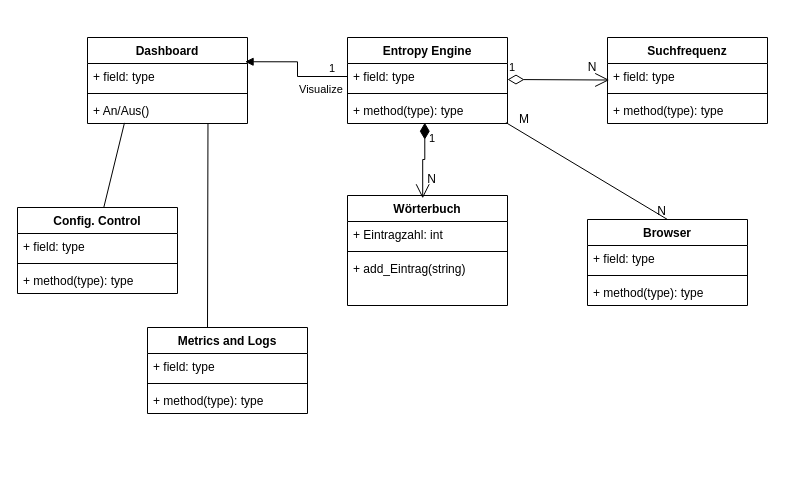
Earlier version of the draw.io diagram 05_UML/Klassendiagramm.drawio (limemime/BHT_Softwaretechnik_SS26_JEstrada). Source tidied: cells renumbered, new cells numbered last; positions are measured from the earlier drawing's top-left corner, leaving out a move shared by most shapes. Both pictures are drawn from the tidied source at 100%, with x=0, y=0 at pixel (17, 37).
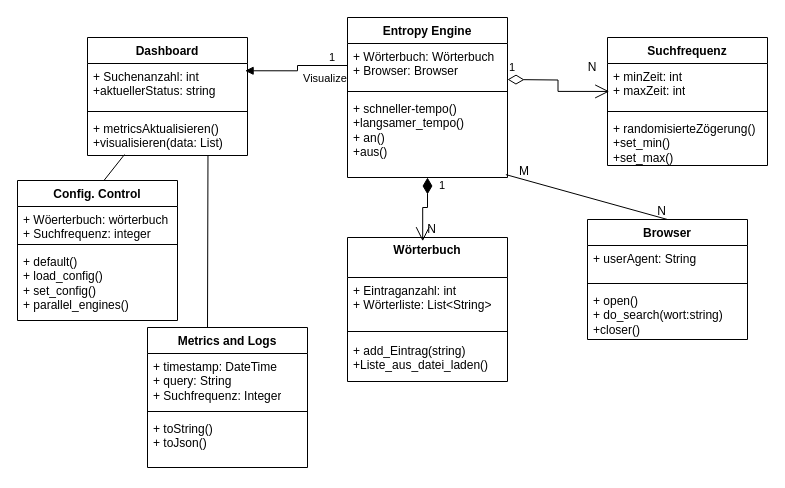
The same page after the edit.

Change to the diagram source:
```diff
@@
     <mxCell id="2" value="Dashboard" style="swimlane;fontStyle=1;align=center;verticalAlign=top;horizontal=1;startSize=26;whiteSpace=wrap;html=1;" parent="1" vertex="1">
-      <mxGeometry x="70" width="160" height="86" as="geometry" />
+      <mxGeometry x="70" width="160" height="118" as="geometry" />
     </mxCell>
-    <mxCell id="3" value="+ field: type" style="text;strokeColor=none;fillColor=none;align=left;verticalAlign=top;spacingLeft=4;spacingRight=4;overflow=hidden;whiteSpace=wrap;html=1;" parent="2" vertex="1">
-      <mxGeometry y="26" width="160" height="26" as="geometry" />
+    <mxCell id="3" value="&lt;div&gt;+ Suchenanzahl: int&lt;/div&gt;&lt;div&gt;+aktuellerStatus: string&lt;/div&gt;" style="text;strokeColor=none;fillColor=none;align=left;verticalAlign=top;spacingLeft=4;spacingRight=4;overflow=hidden;whiteSpace=wrap;html=1;" parent="2" vertex="1">
+      <mxGeometry y="26" width="160" height="44" as="geometry" />
     </mxCell>
     <mxCell id="4" style="line;strokeWidth=1;fillColor=none;align=left;verticalAlign=middle;spacingTop=-1;spacingLeft=3;spacingRight=3;labelPosition=right;strokeColor=inherit;" parent="2" vertex="1">
-      <mxGeometry y="52" width="160" height="8" as="geometry" />
+      <mxGeometry y="70" width="160" height="8" as="geometry" />
     </mxCell>
-    <mxCell id="5" value="+ An/Aus()" style="text;strokeColor=none;fillColor=none;align=left;verticalAlign=top;spacingLeft=4;spacingRight=4;overflow=hidden;points=[[0,0.5],[1,0.5]];portConstraint=eastwest;whiteSpace=wrap;html=1;" parent="2" vertex="1">
-      <mxGeometry y="60" width="160" height="26" as="geometry" />
+    <mxCell id="5" value="&lt;div&gt;+ metricsAktualisieren()&lt;/div&gt;&lt;div&gt;+visualisieren(data: List)&lt;/div&gt;" style="text;strokeColor=none;fillColor=none;align=left;verticalAlign=top;spacingLeft=4;spacingRight=4;overflow=hidden;points=[[0,0.5],[1,0.5]];portConstraint=eastwest;whiteSpace=wrap;html=1;" parent="2" vertex="1">
+      <mxGeometry y="78" width="160" height="40" as="geometry" />
     </mxCell>
     <mxCell id="6" value="Config. Control" style="swimlane;fontStyle=1;align=center;verticalAlign=top;horizontal=1;startSize=26;whiteSpace=wrap;html=1;" parent="1" vertex="1">
-      <mxGeometry y="170" width="160" height="86" as="geometry" />
+      <mxGeometry y="143" width="160" height="140" as="geometry" />
     </mxCell>
-    <mxCell id="7" value="+ field: type" style="text;strokeColor=none;fillColor=none;align=left;verticalAlign=top;spacingLeft=4;spacingRight=4;overflow=hidden;whiteSpace=wrap;html=1;" parent="6" vertex="1">
-      <mxGeometry y="26" width="160" height="26" as="geometry" />
+    <mxCell id="7" value="&lt;div&gt;+ Wöerterbuch: wörterbuch&lt;/div&gt;&lt;div&gt;+ Suchfrequenz: integer&lt;/div&gt;&lt;div&gt;&lt;br&gt;&lt;/div&gt;" style="text;strokeColor=none;fillColor=none;align=left;verticalAlign=top;spacingLeft=4;spacingRight=4;overflow=hidden;whiteSpace=wrap;html=1;" parent="6" vertex="1">
+      <mxGeometry y="26" width="160" height="34" as="geometry" />
     </mxCell>
     <mxCell id="8" style="line;strokeWidth=1;fillColor=none;align=left;verticalAlign=middle;spacingTop=-1;spacingLeft=3;spacingRight=3;labelPosition=right;strokeColor=inherit;" parent="6" vertex="1">
-      <mxGeometry y="52" width="160" height="8" as="geometry" />
+      <mxGeometry y="60" width="160" height="8" as="geometry" />
     </mxCell>
-    <mxCell id="9" value="+ method(type): type" style="text;strokeColor=none;fillColor=none;align=left;verticalAlign=top;spacingLeft=4;spacingRight=4;overflow=hidden;whiteSpace=wrap;html=1;" parent="6" vertex="1">
-      <mxGeometry y="60" width="160" height="26" as="geometry" />
+    <mxCell id="9" value="&lt;div&gt;+ default()&lt;/div&gt;&lt;div&gt;+ load_config()&lt;/div&gt;&lt;div&gt;+ set_config()&lt;/div&gt;&lt;div&gt;+ parallel_engines()&lt;/div&gt;" style="text;strokeColor=none;fillColor=none;align=left;verticalAlign=top;spacingLeft=4;spacingRight=4;overflow=hidden;whiteSpace=wrap;html=1;" parent="6" vertex="1">
+      <mxGeometry y="68" width="160" height="72" as="geometry" />
     </mxCell>
     <mxCell id="10" value="Entropy Engine" style="swimlane;fontStyle=1;align=center;verticalAlign=top;horizontal=1;startSize=26;whiteSpace=wrap;html=1;" parent="1" vertex="1">
-      <mxGeometry x="330" width="160" height="86" as="geometry" />
+      <mxGeometry x="330" y="-20" width="160" height="160" as="geometry" />
     </mxCell>
-    <mxCell id="11" value="+ field: type" style="text;strokeColor=none;fillColor=none;align=left;verticalAlign=top;spacingLeft=4;spacingRight=4;overflow=hidden;points=[[0,0.5],[1,0.5]];portConstraint=eastwest;whiteSpace=wrap;html=1;" parent="10" vertex="1">
-      <mxGeometry y="26" width="160" height="26" as="geometry" />
+    <mxCell id="11" value="&lt;div&gt;+ Wörterbuch: Wörterbuch&lt;/div&gt;&lt;div&gt;+ Browser: Browser&lt;/div&gt;" style="text;strokeColor=none;fillColor=none;align=left;verticalAlign=top;spacingLeft=4;spacingRight=4;overflow=hidden;points=[[0,0.5],[1,0.5]];portConstraint=eastwest;whiteSpace=wrap;html=1;" parent="10" vertex="1">
+      <mxGeometry y="26" width="160" height="44" as="geometry" />
     </mxCell>
     <mxCell id="12" style="line;strokeWidth=1;fillColor=none;align=left;verticalAlign=middle;spacingTop=-1;spacingLeft=3;spacingRight=3;labelPosition=right;strokeColor=inherit;" parent="10" vertex="1">
-      <mxGeometry y="52" width="160" height="8" as="geometry" />
+      <mxGeometry y="70" width="160" height="8" as="geometry" />
     </mxCell>
-    <mxCell id="13" value="+ method(type): type" style="text;strokeColor=none;fillColor=none;align=left;verticalAlign=top;spacingLeft=4;spacingRight=4;overflow=hidden;points=[[0,0.5],[1,0.5]];portConstraint=eastwest;whiteSpace=wrap;html=1;" parent="10" vertex="1">
-      <mxGeometry y="60" width="160" height="26" as="geometry" />
+    <mxCell id="13" value="&lt;div&gt;+ schneller-tempo()&lt;/div&gt;&lt;div&gt;+langsamer_tempo()&lt;/div&gt;&lt;div&gt;+ an()&lt;/div&gt;&lt;div&gt;+aus()&lt;/div&gt;" style="text;strokeColor=none;fillColor=none;align=left;verticalAlign=top;spacingLeft=4;spacingRight=4;overflow=hidden;points=[[0,0.5],[1,0.5]];portConstraint=eastwest;whiteSpace=wrap;html=1;" parent="10" vertex="1">
+      <mxGeometry y="78" width="160" height="82" as="geometry" />
     </mxCell>
     <mxCell id="14" value="Metrics and Logs" style="swimlane;fontStyle=1;align=center;verticalAlign=top;horizontal=1;startSize=26;whiteSpace=wrap;html=1;" parent="1" vertex="1">
-      <mxGeometry x="130" y="290" width="160" height="86" as="geometry" />
+      <mxGeometry x="130" y="290" width="160" height="140" as="geometry" />
     </mxCell>
-    <mxCell id="15" value="+ field: type" style="text;strokeColor=none;fillColor=none;align=left;verticalAlign=top;spacingLeft=4;spacingRight=4;overflow=hidden;whiteSpace=wrap;html=1;" parent="14" vertex="1">
-      <mxGeometry y="26" width="160" height="26" as="geometry" />
+    <mxCell id="15" value="&lt;div&gt;+ timestamp: DateTime&lt;/div&gt;&lt;div&gt;+ query: String&lt;/div&gt;&lt;div&gt;+ Suchfrequenz: Integer&lt;/div&gt;" style="text;strokeColor=none;fillColor=none;align=left;verticalAlign=top;spacingLeft=4;spacingRight=4;overflow=hidden;whiteSpace=wrap;html=1;" parent="14" vertex="1">
+      <mxGeometry y="26" width="160" height="54" as="geometry" />
     </mxCell>
     <mxCell id="16" style="line;strokeWidth=1;fillColor=none;align=left;verticalAlign=middle;spacingTop=-1;spacingLeft=3;spacingRight=3;labelPosition=right;strokeColor=inherit;" parent="14" vertex="1">
-      <mxGeometry y="52" width="160" height="8" as="geometry" />
+      <mxGeometry y="80" width="160" height="8" as="geometry" />
     </mxCell>
-    <mxCell id="17" value="+ method(type): type" style="text;strokeColor=none;fillColor=none;align=left;verticalAlign=top;spacingLeft=4;spacingRight=4;overflow=hidden;whiteSpace=wrap;html=1;" parent="14" vertex="1">
-      <mxGeometry y="60" width="160" height="26" as="geometry" />
+    <mxCell id="17" value="&lt;div&gt;+ toString()&lt;/div&gt;&lt;div&gt;+ toJson()&lt;/div&gt;" style="text;strokeColor=none;fillColor=none;align=left;verticalAlign=top;spacingLeft=4;spacingRight=4;overflow=hidden;whiteSpace=wrap;html=1;" parent="14" vertex="1">
+      <mxGeometry y="88" width="160" height="52" as="geometry" />
     </mxCell>
-    <mxCell id="18" value="&lt;div&gt;Wörterbuch&lt;/div&gt;&lt;div&gt;&lt;br&gt;&lt;/div&gt;" style="swimlane;fontStyle=1;align=center;verticalAlign=top;horizontal=1;startSize=26;whiteSpace=wrap;html=1;" parent="1" vertex="1">
-      <mxGeometry x="330" y="158" width="160" height="110" as="geometry" />
+    <mxCell id="18" value="&lt;div&gt;Wörterbuch&lt;/div&gt;&lt;div&gt;&lt;br&gt;&lt;/div&gt;" style="swimlane;fontStyle=1;align=center;verticalAlign=middle;horizontal=1;startSize=40;whiteSpace=wrap;html=1;" parent="1" vertex="1">
+      <mxGeometry x="330" y="200" width="160" height="144" as="geometry" />
     </mxCell>
-    <mxCell id="19" value="+ Eintragzahl: int" style="text;strokeColor=none;fillColor=none;align=left;verticalAlign=top;spacingLeft=4;spacingRight=4;overflow=hidden;whiteSpace=wrap;html=1;" parent="18" vertex="1">
-      <mxGeometry y="26" width="160" height="26" as="geometry" />
+    <mxCell id="19" value="&lt;div&gt;+ Eintraganzahl: int&lt;/div&gt;+ Wörterliste: List&amp;lt;String&amp;gt;" style="text;strokeColor=none;fillColor=none;align=left;verticalAlign=top;spacingLeft=4;spacingRight=4;overflow=hidden;whiteSpace=wrap;html=1;" parent="18" vertex="1">
+      <mxGeometry y="40" width="160" height="44" as="geometry" />
     </mxCell>
-    <mxCell id="20" style="line;strokeWidth=1;fillColor=none;align=left;verticalAlign=middle;spacingTop=-1;spacingLeft=3;spacingRight=3;labelPosition=right;strokeColor=inherit;" parent="18" vertex="1">
-      <mxGeometry y="52" width="160" height="8" as="geometry" />
+    <mxCell id="20" style="line;strokeWidth=1;fillColor=none;align=left;verticalAlign=middle;spacingTop=-1;spacingLeft=3;spacingRight=3;labelPosition=right;strokeColor=inherit;fontSize=5;" parent="18" vertex="1">
+      <mxGeometry y="84" width="160" height="20" as="geometry" />
     </mxCell>
-    <mxCell id="21" value="&lt;div&gt;+ add_Eintrag(string)&lt;/div&gt;&lt;div&gt;&lt;br&gt;&lt;/div&gt;" style="text;strokeColor=none;fillColor=none;align=left;verticalAlign=top;spacingLeft=4;spacingRight=4;overflow=hidden;whiteSpace=wrap;html=1;" parent="18" vertex="1">
-      <mxGeometry y="60" width="160" height="50" as="geometry" />
+    <mxCell id="21" value="&lt;div&gt;+ add_Eintrag(string)&lt;/div&gt;&lt;div&gt;+Liste_aus_datei_laden()&lt;/div&gt;&lt;div&gt;&lt;br&gt;&lt;/div&gt;" style="text;strokeColor=none;fillColor=none;align=left;verticalAlign=middle;spacingLeft=4;spacingRight=4;overflow=hidden;whiteSpace=wrap;html=1;" parent="18" vertex="1">
+      <mxGeometry y="104" width="160" height="40" as="geometry" />
     </mxCell>
     <mxCell id="22" value="Browser" style="swimlane;fontStyle=1;align=center;verticalAlign=top;horizontal=1;startSize=26;whiteSpace=wrap;html=1;" parent="1" vertex="1">
-      <mxGeometry x="570" y="182" width="160" height="86" as="geometry" />
+      <mxGeometry x="570" y="182" width="160" height="120" as="geometry" />
     </mxCell>
-    <mxCell id="23" value="+ field: type" style="text;strokeColor=none;fillColor=none;align=left;verticalAlign=top;spacingLeft=4;spacingRight=4;overflow=hidden;whiteSpace=wrap;html=1;" parent="22" vertex="1">
-      <mxGeometry y="26" width="160" height="26" as="geometry" />
+    <mxCell id="23" value="&lt;div&gt;+ userAgent: String&lt;/div&gt;" style="text;strokeColor=none;fillColor=none;align=left;verticalAlign=top;spacingLeft=4;spacingRight=4;overflow=hidden;whiteSpace=wrap;html=1;" parent="22" vertex="1">
+      <mxGeometry y="26" width="160" height="34" as="geometry" />
     </mxCell>
     <mxCell id="24" style="line;strokeWidth=1;fillColor=none;align=left;verticalAlign=middle;spacingTop=-1;spacingLeft=3;spacingRight=3;labelPosition=right;strokeColor=inherit;" parent="22" vertex="1">
-      <mxGeometry y="52" width="160" height="8" as="geometry" />
+      <mxGeometry y="60" width="160" height="8" as="geometry" />
     </mxCell>
-    <mxCell id="25" value="+ method(type): type" style="text;strokeColor=none;fillColor=none;align=left;verticalAlign=top;spacingLeft=4;spacingRight=4;overflow=hidden;whiteSpace=wrap;html=1;" parent="22" vertex="1">
-      <mxGeometry y="60" width="160" height="26" as="geometry" />
+    <mxCell id="25" value="&lt;div&gt;+ open()&lt;/div&gt;&lt;div&gt;+ do_search(wort:string)&lt;/div&gt;&lt;div&gt;+closer()&lt;/div&gt;" style="text;strokeColor=none;fillColor=none;align=left;verticalAlign=top;spacingLeft=4;spacingRight=4;overflow=hidden;whiteSpace=wrap;html=1;" parent="22" vertex="1">
+      <mxGeometry y="68" width="160" height="52" as="geometry" />
     </mxCell>
     <mxCell id="26" value="Suchfrequenz" style="swimlane;fontStyle=1;align=center;verticalAlign=top;horizontal=1;startSize=26;whiteSpace=wrap;html=1;" parent="1" vertex="1">
-      <mxGeometry x="590" width="160" height="86" as="geometry" />
+      <mxGeometry x="590" width="160" height="128" as="geometry" />
     </mxCell>
-    <mxCell id="27" value="+ field: type" style="text;strokeColor=none;fillColor=none;align=left;verticalAlign=top;spacingLeft=4;spacingRight=4;overflow=hidden;points=[[0,0.5],[1,0.5]];portConstraint=eastwest;whiteSpace=wrap;html=1;" parent="26" vertex="1">
-      <mxGeometry y="26" width="160" height="26" as="geometry" />
+    <mxCell id="27" value="&lt;div&gt;+ minZeit: int&lt;/div&gt;&lt;div&gt;+ maxZeit: int&lt;/div&gt;" style="text;strokeColor=none;fillColor=none;align=left;verticalAlign=top;spacingLeft=4;spacingRight=4;overflow=hidden;points=[[0,0.5],[1,0.5]];portConstraint=eastwest;whiteSpace=wrap;html=1;" parent="26" vertex="1">
+      <mxGeometry y="26" width="160" height="44" as="geometry" />
     </mxCell>
     <mxCell id="28" style="line;strokeWidth=1;fillColor=none;align=left;verticalAlign=middle;spacingTop=-1;spacingLeft=3;spacingRight=3;labelPosition=right;strokeColor=inherit;" parent="26" vertex="1">
-      <mxGeometry y="52" width="160" height="8" as="geometry" />
+      <mxGeometry y="70" width="160" height="8" as="geometry" />
     </mxCell>
-    <mxCell id="29" value="+ method(type): type" style="text;strokeColor=none;fillColor=none;align=left;verticalAlign=top;spacingLeft=4;spacingRight=4;overflow=hidden;whiteSpace=wrap;html=1;" parent="26" vertex="1">
-      <mxGeometry y="60" width="160" height="26" as="geometry" />
+    <mxCell id="29" value="&lt;div&gt;+ randomisierteZögerung()&lt;/div&gt;&lt;div&gt;+set_min()&lt;/div&gt;&lt;div&gt;+set_max()&lt;/div&gt;" style="text;strokeColor=none;fillColor=none;align=left;verticalAlign=top;spacingLeft=4;spacingRight=4;overflow=hidden;whiteSpace=wrap;html=1;" parent="26" vertex="1">
+      <mxGeometry y="78" width="160" height="50" as="geometry" />
     </mxCell>
@@
-    <mxCell id="33" value="1" style="endArrow=open;html=1;endSize=12;startArrow=diamondThin;startSize=14;startFill=1;edgeStyle=orthogonalEdgeStyle;align=left;verticalAlign=bottom;rounded=0;exitX=0.483;exitY=0.97;exitDx=0;exitDy=0;exitPerimeter=0;entryX=0.47;entryY=0.026;entryDx=0;entryDy=0;entryPerimeter=0;" parent="1" edge="1" source="13" target="18">
-      <mxGeometry x="-0.36" y="3" relative="1" as="geometry" />
+    <mxCell id="33" value="1" style="endArrow=open;html=1;endSize=12;startArrow=diamondThin;startSize=14;startFill=1;edgeStyle=orthogonalEdgeStyle;align=left;verticalAlign=bottom;rounded=0;entryX=0.47;entryY=0.026;entryDx=0;entryDy=0;entryPerimeter=0;" parent="1" edge="1" target="18">
+      <mxGeometry x="-0.5" y="10" relative="1" as="geometry">
+        <mxPoint x="410" y="140" as="sourcePoint" />
+        <Array as="points">
+          <mxPoint x="410" y="170" />
+          <mxPoint x="405" y="170" />
+        </Array>
+      </mxGeometry>
     </mxCell>
@@
     <mxCell id="40" value="N" style="html=1;whiteSpace=wrap;align=right;verticalAlign=bottom;" parent="1" vertex="1">
-      <mxGeometry x="420" y="150" as="geometry" />
+      <mxGeometry x="420" y="200" as="geometry" />
     </mxCell>
```
